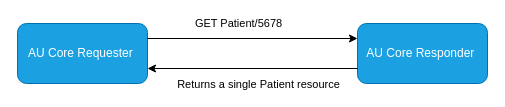
The draw.io diagram input/images-source/au-core-read-interaction-example.drawio in hl7au/au-fhir-core, before the edit. Source tidied: cells renumbered, new cells numbered last; positions are measured from the earlier drawing's top-left corner, leaving out a move shared by most shapes. Both pictures are drawn from the tidied source at 100%, with x=0, y=0 at pixel (17, 23).
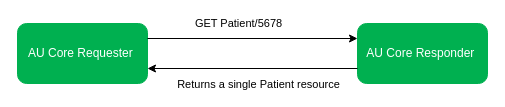
The same page after the edit.

Commit message (it also covers changes not shown here):
Updated RESTful interaction diagrams and change log

Diff of the diagram source:
```diff
@@
 <mxGraphModel>
   <root>
     <mxCell id="0" />
     <mxCell id="1" parent="0" />
-    <mxCell id="2" value="&lt;div&gt;AU Core Requester&amp;nbsp;&lt;/div&gt;" style="rounded=1;whiteSpace=wrap;html=1;fillColor=#1ba1e2;strokeColor=#006EAF;fontColor=#ffffff;labelBackgroundColor=none;" parent="1" vertex="1">
+    <mxCell id="2" value="&lt;div&gt;AU Core Requester&amp;nbsp;&lt;/div&gt;" style="rounded=1;whiteSpace=wrap;html=1;fillColor=#00b050;strokeColor=#00b050;labelBackgroundColor=none;fontColor=#ffffff;" parent="1" vertex="1">
       <mxGeometry width="130" height="60" as="geometry" />
     </mxCell>
-    <mxCell id="3" value="&lt;div&gt;&lt;font color=&quot;#ffffff&quot;&gt;AU Core Responder&amp;nbsp;&lt;/font&gt;&lt;/div&gt;" style="rounded=1;whiteSpace=wrap;html=1;fillColor=#1ba1e2;strokeColor=#006EAF;fontColor=#ffffff;" parent="1" vertex="1">
+    <mxCell id="3" value="&lt;div&gt;&lt;font color=&quot;#ffffff&quot;&gt;AU Core Responder&amp;nbsp;&lt;/font&gt;&lt;/div&gt;" style="rounded=1;whiteSpace=wrap;html=1;fillColor=#00b050;strokeColor=#00b050;fontColor=#ffffff;" parent="1" vertex="1">
       <mxGeometry x="340" width="130" height="60" as="geometry" />
     </mxCell>
     <mxCell id="4" style="endArrow=classic;html=1;rounded=0;exitX=1;exitY=0.25;exitDx=0;exitDy=0;entryX=0;entryY=0.25;entryDx=0;entryDy=0;" parent="1" edge="1" source="2" target="3">
       <mxGeometry relative="1" as="geometry" />
     </mxCell>
     <mxCell id="5" value="&lt;div&gt;GET Patient/5678&lt;/div&gt;" style="edgeLabel;html=1;align=center;verticalAlign=middle;fillOpacity=100;labelBackgroundColor=none;" parent="4" vertex="1">
       <mxGeometry x="-0.07" relative="1" as="geometry">
         <mxPoint x="-8" y="-15" as="offset" />
       </mxGeometry>
     </mxCell>
     <mxCell id="6" style="endArrow=classic;html=1;rounded=0;exitX=0;exitY=0.75;exitDx=0;exitDy=0;entryX=1;entryY=0.75;entryDx=0;entryDy=0;" parent="1" edge="1" source="3" target="2">
       <mxGeometry relative="1" as="geometry" />
     </mxCell>
     <mxCell id="7" value="&lt;div&gt;Returns a single Patient resource&lt;br&gt;&lt;/div&gt;" style="edgeLabel;html=1;align=center;verticalAlign=middle;fillOpacity=100;labelBackgroundColor=none;" parent="6" vertex="1">
       <mxGeometry x="0.11" y="-1" relative="1" as="geometry">
         <mxPoint x="17" y="16" as="offset" />
       </mxGeometry>
     </mxCell>
   </root>
 </mxGraphModel>
```
